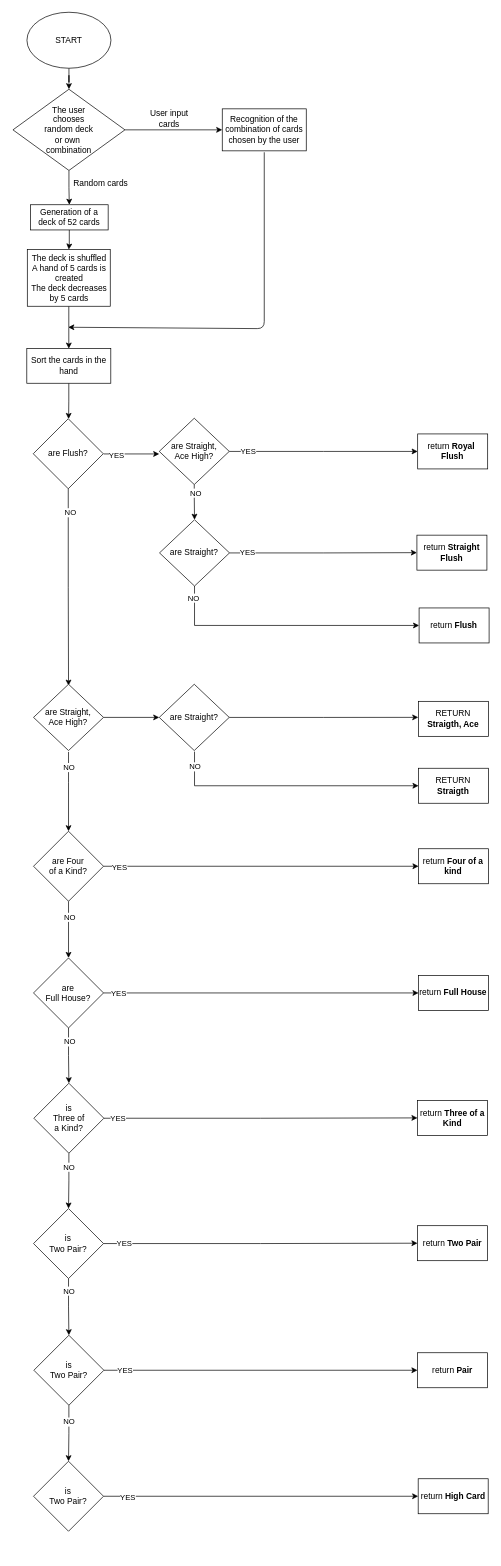
Above: assets/flowchart/Poker_game_flowchart.drawio in DomenicoMassimoCavaglieri/Poker-Game (draw.io), before the change. Source tidied: cells renumbered, new cells numbered last; positions are measured from the earlier drawing's top-left corner, leaving out a move shared by most shapes. Both pictures are drawn from the tidied source at 70%, with x=0, y=0 at pixel (12, 12).
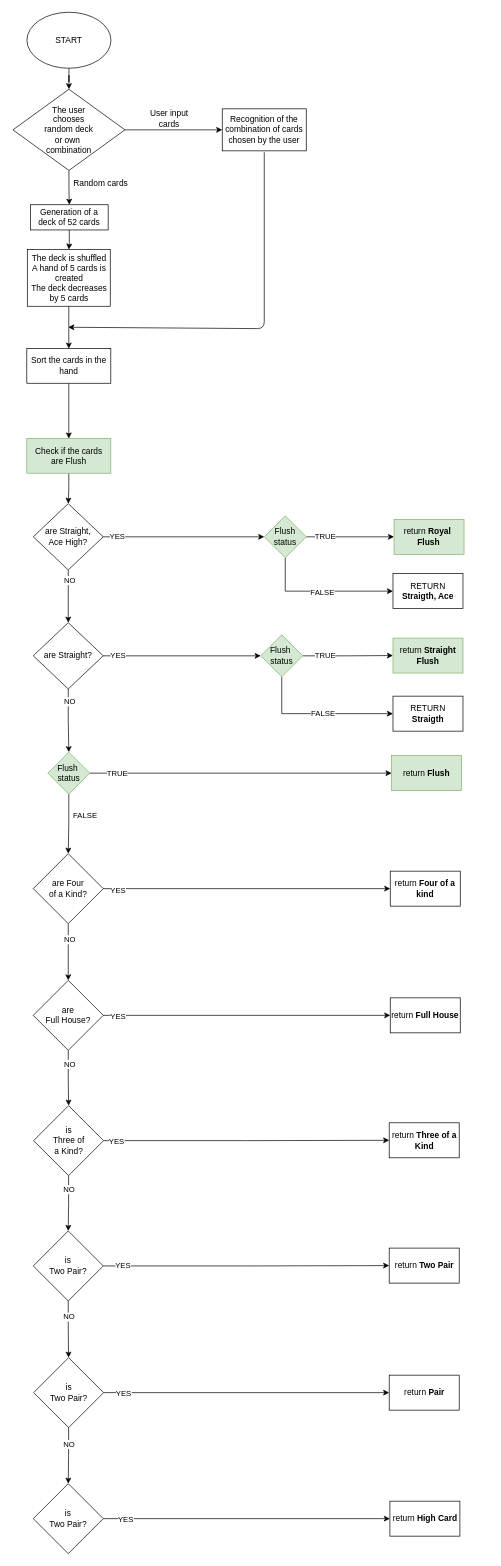
The same page after the edit.

The change refers to these unchanged cells:
```xml
<mxCell id="16" value="Sort the cards in the hand&lt;span&gt; &lt;/span&gt;" style="whiteSpace=wrap;html=1;" parent="1" vertex="1">
  <mxGeometry x="20.8" y="480.5" width="120" height="49.5" as="geometry" />
</mxCell>
<mxCell id="21" style="edgeStyle=orthogonalEdgeStyle;rounded=0;jettySize=auto;html=1;entryX=0.5;entryY=0;entryDx=0;entryDy=0;" parent="17" edge="1" source="23" target="36">
  <mxGeometry relative="1" as="geometry" />
</mxCell>
<mxCell id="26" value="are Four &lt;br&gt;of a Kind?" style="rhombus;whiteSpace=wrap;html=1;" parent="17" vertex="1">
  <mxGeometry width="100" height="100" as="geometry" />
</mxCell>
```

What changed in the source:
```diff
@@
-    <mxCell id="15" style="edgeStyle=orthogonalEdgeStyle;rounded=0;jettySize=auto;html=1;entryX=0.5;entryY=0;entryDx=0;entryDy=0;" parent="1" edge="1" source="16">
-      <mxGeometry relative="1" as="geometry">
-        <mxPoint x="80.5" y="581" as="targetPoint" />
-      </mxGeometry>
+    <mxCell id="15" style="edgeStyle=orthogonalEdgeStyle;rounded=0;jettySize=auto;html=1;entryX=0.5;entryY=0;entryDx=0;entryDy=0;" parent="1" edge="1" source="16" target="84">
+      <mxGeometry relative="1" as="geometry" />
     </mxCell>
@@
     <mxCell id="17" style="group;" parent="1" vertex="1">
-      <mxGeometry x="30.4" y="1170" width="650" height="782.5" as="geometry" />
+      <mxGeometry x="30" y="1202" width="650" height="782.5" as="geometry" />
     </mxCell>
@@
     <mxCell id="22" value="NO" style="edgeLabel;html=1;align=center;verticalAlign=middle;" parent="21" vertex="1">
       <mxGeometry x="-0.61" relative="1" as="geometry">
-        <mxPoint y="1" as="offset" />
+        <mxPoint y="6" as="offset" />
       </mxGeometry>
     </mxCell>
@@
     <mxCell id="30" value="return&amp;nbsp;&lt;b&gt;Four of a kind&lt;/b&gt;" style="whiteSpace=wrap;html=1;" parent="17" vertex="1">
-      <mxGeometry x="550" y="25" width="100" height="50" as="geometry" />
+      <mxGeometry x="510" y="25" width="100" height="50" as="geometry" />
     </mxCell>
     <mxCell id="31" value="return &lt;b&gt;Full House&lt;/b&gt;" style="whiteSpace=wrap;html=1;" parent="17" vertex="1">
-      <mxGeometry x="550" y="206" width="100" height="50" as="geometry" />
+      <mxGeometry x="510" y="206" width="100" height="50" as="geometry" />
     </mxCell>
@@
     <mxCell id="37" value="return &lt;b&gt;Three of a Kind&lt;/b&gt;" style="whiteSpace=wrap;html=1;" parent="1" vertex="1">
-      <mxGeometry x="578.9" y="1554.5" width="100" height="50" as="geometry" />
+      <mxGeometry x="538.5" y="1586.5" width="100" height="50" as="geometry" />
     </mxCell>
     <mxCell id="38" value="return &lt;b&gt;Two Pair&lt;/b&gt;" style="whiteSpace=wrap;html=1;" parent="1" vertex="1">
-      <mxGeometry x="578.9" y="1733.5" width="100" height="50" as="geometry" />
+      <mxGeometry x="538.5" y="1765.5" width="100" height="50" as="geometry" />
     </mxCell>
     <mxCell id="39" value="return &lt;b&gt;Pair&lt;/b&gt;" style="whiteSpace=wrap;html=1;" parent="1" vertex="1">
-      <mxGeometry x="578.9" y="1915" width="100" height="50" as="geometry" />
+      <mxGeometry x="538.5" y="1947" width="100" height="50" as="geometry" />
     </mxCell>
@@
-    <mxCell id="44" style="edgeStyle=orthogonalEdgeStyle;rounded=0;orthogonalLoop=1;jettySize=auto;html=1;" parent="1" edge="1">
-      <mxGeometry relative="1" as="geometry">
-        <mxPoint x="130.5" y="631" as="sourcePoint" />
-        <mxPoint x="210" y="631" as="targetPoint" />
-        <Array as="points">
-          <mxPoint x="160" y="631" />
-          <mxPoint x="160" y="631" />
-        </Array>
-      </mxGeometry>
-    </mxCell>
-    <mxCell id="45" value="YES" style="edgeLabel;html=1;align=center;verticalAlign=middle;" parent="44" vertex="1">
-      <mxGeometry x="-0.65" y="-1" relative="1" as="geometry">
-        <mxPoint x="4" as="offset" />
-      </mxGeometry>
-    </mxCell>
-    <mxCell id="46" style="edgeStyle=orthogonalEdgeStyle;rounded=0;jettySize=auto;html=1;entryX=0;entryY=0.5;entryDx=0;entryDy=0;" parent="1" edge="1" source="50" target="73">
+    <mxCell id="46" style="edgeStyle=orthogonalEdgeStyle;rounded=0;jettySize=auto;html=1;entryX=0;entryY=0.5;entryDx=0;entryDy=0;" parent="1" edge="1" source="96" target="73">
       <mxGeometry relative="1" as="geometry" />
     </mxCell>
-    <mxCell id="47" value="YES" style="edgeLabel;html=1;align=center;verticalAlign=middle;" parent="46" vertex="1">
+    <mxCell id="47" value="TRUE" style="edgeLabel;html=1;align=center;verticalAlign=middle;" parent="46" vertex="1">
       <mxGeometry x="-0.83" y="1" relative="1" as="geometry">
-        <mxPoint x="2" as="offset" />
+        <mxPoint x="20" as="offset" />
       </mxGeometry>
     </mxCell>
-    <mxCell id="48" style="edgeStyle=orthogonalEdgeStyle;rounded=0;jettySize=auto;html=1;entryX=0;entryY=0.5;entryDx=0;entryDy=0;" parent="1" edge="1" source="50" target="74">
-      <mxGeometry relative="1" as="geometry">
-        <Array as="points">
-          <mxPoint x="260" y="876" />
-        </Array>
-      </mxGeometry>
-    </mxCell>
-    <mxCell id="49" value="NO" style="edgeLabel;html=1;align=center;verticalAlign=middle;" parent="48" vertex="1">
-      <mxGeometry x="-0.91" y="-2" relative="1" as="geometry" />
-    </mxCell>
+    <mxCell id="81" style="edgeStyle=orthogonalEdgeStyle;rounded=0;jettySize=auto;html=1;entryX=0.5;entryY=0;entryDx=0;entryDy=0;" parent="1" edge="1" source="50" target="99">
+      <mxGeometry relative="1" as="geometry" />
+    </mxCell>
+    <mxCell id="82" value="NO" style="edgeLabel;html=1;align=center;verticalAlign=middle;" parent="81" vertex="1">
+      <mxGeometry x="0.14" y="1" relative="1" as="geometry">
+        <mxPoint y="-33" as="offset" />
+      </mxGeometry>
+    </mxCell>
     <mxCell id="50" value="are Straight?" style="rhombus;whiteSpace=wrap;html=1;" parent="1" vertex="1">
-      <mxGeometry x="210.4" y="725" width="100" height="94.7" as="geometry" />
+      <mxGeometry x="30" y="872" width="100" height="94.7" as="geometry" />
     </mxCell>
-    <mxCell id="51" style="edgeStyle=orthogonalEdgeStyle;rounded=0;jettySize=auto;html=1;entryX=0;entryY=0.5;entryDx=0;entryDy=0;" parent="1" edge="1" source="55" target="75">
+    <mxCell id="51" style="edgeStyle=orthogonalEdgeStyle;rounded=0;jettySize=auto;html=1;entryX=0;entryY=0.5;entryDx=0;entryDy=0;" parent="1" edge="1" source="87" target="75">
       <mxGeometry relative="1" as="geometry" />
     </mxCell>
-    <mxCell id="52" value="YES" style="edgeLabel;html=1;align=center;verticalAlign=middle;" parent="51" vertex="1">
+    <mxCell id="52" value="TRUE" style="edgeLabel;html=1;align=center;verticalAlign=middle;" parent="51" vertex="1">
       <mxGeometry x="-0.65" y="1" relative="1" as="geometry">
-        <mxPoint x="-20" as="offset" />
+        <mxPoint x="4" as="offset" />
       </mxGeometry>
     </mxCell>
     <mxCell id="53" style="edgeStyle=orthogonalEdgeStyle;rounded=0;jettySize=auto;html=1;entryX=0.5;entryY=0;entryDx=0;entryDy=0;" parent="1" edge="1" source="55" target="50">
       <mxGeometry relative="1" as="geometry">
         <Array as="points">
-          <mxPoint x="260" y="690" />
-          <mxPoint x="260" y="690" />
+          <mxPoint x="80" y="812" />
+          <mxPoint x="80" y="812" />
         </Array>
       </mxGeometry>
     </mxCell>
@@
     <mxCell id="55" value="are Straight,&lt;br&gt;Ace High?" style="rhombus;whiteSpace=wrap;html=1;" parent="1" vertex="1">
-      <mxGeometry x="210" y="580" width="100" height="94.7" as="geometry" />
+      <mxGeometry x="30" y="702" width="100" height="94.7" as="geometry" />
     </mxCell>
-    <mxCell id="56" style="group;" parent="1" vertex="1">
-      <mxGeometry y="575.7" width="137" height="120.6" as="geometry" />
-    </mxCell>
-    <mxCell id="57" value="are Flush?" style="rhombus;whiteSpace=wrap;html=1;" parent="56" vertex="1">
-      <mxGeometry x="30" y="5" width="100" height="100" as="geometry" />
-    </mxCell>
-    <mxCell id="58" style="edgeStyle=orthogonalEdgeStyle;rounded=0;jettySize=auto;html=1;entryX=0.5;entryY=0;entryDx=0;entryDy=0;" parent="1" edge="1" target="26">
-      <mxGeometry relative="1" as="geometry">
-        <mxPoint x="80.4" y="1056.7" as="sourcePoint" />
-        <Array as="points">
-          <mxPoint x="80.4" y="1100" />
-          <mxPoint x="80.4" y="1100" />
-        </Array>
-      </mxGeometry>
-    </mxCell>
-    <mxCell id="59" value="NO" style="edgeLabel;html=1;align=center;verticalAlign=middle;" parent="58" vertex="1">
-      <mxGeometry x="-0.62" relative="1" as="geometry" />
-    </mxCell>
-    <mxCell id="60" style="edgeStyle=orthogonalEdgeStyle;rounded=0;jettySize=auto;html=1;exitX=0.5;exitY=1;exitDx=0;exitDy=0;" parent="1" edge="1" source="57">
-      <mxGeometry relative="1" as="geometry">
-        <mxPoint x="80.4" y="962" as="targetPoint" />
-      </mxGeometry>
-    </mxCell>
-    <mxCell id="61" value="NO" style="edgeLabel;html=1;align=center;verticalAlign=middle;" parent="60" vertex="1">
-      <mxGeometry x="-0.76" y="2" relative="1" as="geometry" />
-    </mxCell>
-    <mxCell id="62" style="edgeStyle=orthogonalEdgeStyle;rounded=0;jettySize=auto;html=1;entryX=0;entryY=0.5;entryDx=0;entryDy=0;" parent="1" edge="1" target="72">
-      <mxGeometry relative="1" as="geometry">
-        <mxPoint x="260.4" y="1056.3" as="sourcePoint" />
-        <Array as="points">
-          <mxPoint x="260.4" y="1105" />
-        </Array>
-      </mxGeometry>
-    </mxCell>
-    <mxCell id="63" value="NO" style="edgeLabel;html=1;align=center;verticalAlign=middle;" parent="62" vertex="1">
-      <mxGeometry x="-0.77" relative="1" as="geometry">
-        <mxPoint y="-21" as="offset" />
-      </mxGeometry>
-    </mxCell>
     <mxCell id="64" value="return &lt;b&gt;High Card&lt;/b&gt;" style="whiteSpace=wrap;html=1;" parent="1" vertex="1">
-      <mxGeometry x="579.9" y="2095" width="100" height="50" as="geometry" />
+      <mxGeometry x="539.5" y="2127" width="100" height="50" as="geometry" />
     </mxCell>
@@
     <mxCell id="67" value="is &lt;br&gt;Two Pair?" style="rhombus;whiteSpace=wrap;html=1;" parent="1" vertex="1">
-      <mxGeometry x="30.4" y="2070" width="100" height="100" as="geometry" />
+      <mxGeometry x="30" y="2102" width="100" height="100" as="geometry" />
     </mxCell>
@@
-    <mxCell id="72" value="RETURN &lt;b&gt;Straigth&lt;/b&gt;" style="whiteSpace=wrap;html=1;" parent="1" vertex="1">
-      <mxGeometry x="580.4" y="1080" width="100" height="50" as="geometry" />
-    </mxCell>
-    <mxCell id="73" value="return&amp;nbsp;&lt;b&gt;Straight Flush&lt;/b&gt;" style="whiteSpace=wrap;html=1;" parent="1" vertex="1">
-      <mxGeometry x="578.1" y="747" width="100" height="50" as="geometry" />
+    <mxCell id="73" value="return&amp;nbsp;&lt;b&gt;Straight Flush&lt;/b&gt;" style="whiteSpace=wrap;html=1;fillColor=#d5e8d4;strokeColor=#82b366;" parent="1" vertex="1">
+      <mxGeometry x="543.9" y="894" width="100" height="50" as="geometry" />
     </mxCell>
-    <mxCell id="74" value="return &lt;b&gt;Flush&lt;/b&gt;" style="whiteSpace=wrap;html=1;" parent="1" vertex="1">
-      <mxGeometry x="581.2" y="851" width="100" height="50" as="geometry" />
+    <mxCell id="74" value="return &lt;b&gt;Flush&lt;/b&gt;" style="whiteSpace=wrap;html=1;fillColor=#d5e8d4;strokeColor=#82b366;" parent="1" vertex="1">
+      <mxGeometry x="541.9" y="1062" width="100" height="50" as="geometry" />
     </mxCell>
-    <mxCell id="75" value="return&amp;nbsp;&lt;b style=&quot;font-family: &amp;#34;arial&amp;#34; , &amp;#34;helvetica&amp;#34; , sans-serif ; text-align: left&quot;&gt;Royal&amp;nbsp; Flush&lt;/b&gt;" style="whiteSpace=wrap;html=1;" parent="1" vertex="1">
-      <mxGeometry x="579.2" y="602.4" width="100" height="50" as="geometry" />
+    <mxCell id="75" value="return&amp;nbsp;&lt;b style=&quot;font-family: &amp;#34;arial&amp;#34; , &amp;#34;helvetica&amp;#34; , sans-serif ; text-align: left&quot;&gt;Royal&amp;nbsp; Flush&lt;/b&gt;" style="whiteSpace=wrap;html=1;fillColor=#d5e8d4;strokeColor=#82b366;" parent="1" vertex="1">
+      <mxGeometry x="545.4" y="724.4" width="100" height="50" as="geometry" />
     </mxCell>
+    <mxCell id="83" style="edgeStyle=orthogonalEdgeStyle;rounded=0;jettySize=auto;html=1;" parent="1" edge="1" source="84" target="55">
+      <mxGeometry relative="1" as="geometry" />
+    </mxCell>
+    <mxCell id="84" value="Check if the cards &lt;br&gt;are Flush" style="whiteSpace=wrap;html=1;fillColor=#d5e8d4;strokeColor=#82b366;" parent="1" vertex="1">
+      <mxGeometry x="20.8" y="609" width="120" height="49.5" as="geometry" />
+    </mxCell>
     <mxCell id="76" value="RETURN &lt;b&gt;Straigth, Ace&lt;/b&gt;" style="whiteSpace=wrap;html=1;" parent="1" vertex="1">
-      <mxGeometry x="580.4" y="984.4" width="100" height="50" as="geometry" />
+      <mxGeometry x="543.9" y="802" width="100" height="50" as="geometry" />
     </mxCell>
-    <mxCell id="77" style="edgeStyle=orthogonalEdgeStyle;rounded=0;jettySize=auto;html=1;" parent="1" edge="1" source="78" target="80">
-      <mxGeometry relative="1" as="geometry" />
-    </mxCell>
-    <mxCell id="78" value="are Straight,&lt;br&gt;Ace High?" style="rhombus;whiteSpace=wrap;html=1;" parent="1" vertex="1">
-      <mxGeometry x="30.4" y="960" width="100" height="94.7" as="geometry" />
-    </mxCell>
-    <mxCell id="79" style="edgeStyle=orthogonalEdgeStyle;rounded=0;jettySize=auto;html=1;" parent="1" edge="1" source="80">
-      <mxGeometry relative="1" as="geometry">
-        <mxPoint x="580" y="1007.3" as="targetPoint" />
-      </mxGeometry>
-    </mxCell>
-    <mxCell id="80" value="are Straight?" style="rhombus;whiteSpace=wrap;html=1;" parent="1" vertex="1">
-      <mxGeometry x="210" y="960" width="100" height="94.7" as="geometry" />
-    </mxCell>
+    <mxCell id="72" value="RETURN &lt;b&gt;Straigth&lt;/b&gt;" style="whiteSpace=wrap;html=1;" parent="1" vertex="1">
+      <mxGeometry x="543.9" y="977" width="100" height="50" as="geometry" />
+    </mxCell>
+    <mxCell id="85" style="edgeStyle=orthogonalEdgeStyle;rounded=0;jettySize=auto;html=1;entryX=0;entryY=0.5;entryDx=0;entryDy=0;exitX=0.5;exitY=1;exitDx=0;exitDy=0;" parent="1" edge="1" source="87" target="76">
+      <mxGeometry relative="1" as="geometry">
+        <Array as="points">
+          <mxPoint x="390" y="827" />
+        </Array>
+      </mxGeometry>
+    </mxCell>
+    <mxCell id="86" value="FALSE" style="edgeLabel;html=1;align=center;verticalAlign=middle;" parent="85" vertex="1">
+      <mxGeometry x="-0.25" y="-1" relative="1" as="geometry">
+        <mxPoint x="24" as="offset" />
+      </mxGeometry>
+    </mxCell>
+    <mxCell id="87" value="Flush&lt;br&gt;status" style="rhombus;whiteSpace=wrap;html=1;fillColor=#d5e8d4;strokeColor=#82b366;" parent="1" vertex="1">
+      <mxGeometry x="360" y="719.4" width="60" height="60" as="geometry" />
+    </mxCell>
+    <mxCell id="88" style="edgeStyle=orthogonalEdgeStyle;rounded=0;jettySize=auto;html=1;entryX=0;entryY=0.5;entryDx=0;entryDy=0;" parent="1" edge="1" source="55" target="87">
+      <mxGeometry relative="1" as="geometry" />
+    </mxCell>
+    <mxCell id="89" value="YES" style="edgeLabel;html=1;align=center;verticalAlign=middle;" parent="88" vertex="1">
+      <mxGeometry x="-0.65" y="1" relative="1" as="geometry">
+        <mxPoint x="-20" as="offset" />
+      </mxGeometry>
+    </mxCell>
+    <mxCell id="90" style="edgeStyle=orthogonalEdgeStyle;rounded=0;jettySize=auto;html=1;entryX=0;entryY=0.5;entryDx=0;entryDy=0;exitX=1;exitY=0.5;exitDx=0;exitDy=0;" parent="1" edge="1" source="99" target="74">
+      <mxGeometry relative="1" as="geometry" />
+    </mxCell>
+    <mxCell id="91" value="TRUE" style="edgeLabel;html=1;align=center;verticalAlign=middle;" parent="90" vertex="1">
+      <mxGeometry x="-0.82" y="-3" relative="1" as="geometry">
+        <mxPoint y="-3" as="offset" />
+      </mxGeometry>
+    </mxCell>
+    <mxCell id="92" style="edgeStyle=orthogonalEdgeStyle;rounded=0;jettySize=auto;html=1;entryX=0.5;entryY=0;entryDx=0;entryDy=0;exitX=0.5;exitY=1;exitDx=0;exitDy=0;" parent="1" edge="1" source="99" target="26">
+      <mxGeometry relative="1" as="geometry" />
+    </mxCell>
+    <mxCell id="93" value="FALSE" style="edgeLabel;html=1;align=center;verticalAlign=middle;" parent="92" vertex="1">
+      <mxGeometry x="0.2" y="3" relative="1" as="geometry">
+        <mxPoint x="20" y="-20" as="offset" />
+      </mxGeometry>
+    </mxCell>
+    <mxCell id="94" style="edgeStyle=orthogonalEdgeStyle;rounded=0;jettySize=auto;html=1;entryX=0;entryY=0.5;entryDx=0;entryDy=0;" parent="1" edge="1" source="96" target="72">
+      <mxGeometry relative="1" as="geometry">
+        <Array as="points">
+          <mxPoint x="385" y="1002" />
+        </Array>
+      </mxGeometry>
+    </mxCell>
+    <mxCell id="95" value="FALSE" style="edgeLabel;html=1;align=center;verticalAlign=middle;" parent="94" vertex="1">
+      <mxGeometry x="0.05" y="1" relative="1" as="geometry" />
+    </mxCell>
+    <mxCell id="96" value="Flush&amp;nbsp;&lt;br&gt;status" style="rhombus;whiteSpace=wrap;html=1;fillColor=#d5e8d4;strokeColor=#82b366;" parent="1" vertex="1">
+      <mxGeometry x="355" y="889.4" width="60" height="60" as="geometry" />
+    </mxCell>
+    <mxCell id="97" style="edgeStyle=orthogonalEdgeStyle;rounded=0;jettySize=auto;html=1;entryX=0;entryY=0.5;entryDx=0;entryDy=0;" parent="1" edge="1" source="50" target="96">
+      <mxGeometry relative="1" as="geometry" />
+    </mxCell>
+    <mxCell id="98" value="YES" style="edgeLabel;html=1;align=center;verticalAlign=middle;" parent="97" vertex="1">
+      <mxGeometry x="-0.83" y="1" relative="1" as="geometry">
+        <mxPoint x="2" as="offset" />
+      </mxGeometry>
+    </mxCell>
+    <mxCell id="99" value="Flush&amp;nbsp;&lt;br&gt;status" style="rhombus;whiteSpace=wrap;html=1;fillColor=#d5e8d4;strokeColor=#82b366;" parent="1" vertex="1">
+      <mxGeometry x="50.8" y="1057" width="60" height="60" as="geometry" />
+    </mxCell>
```
